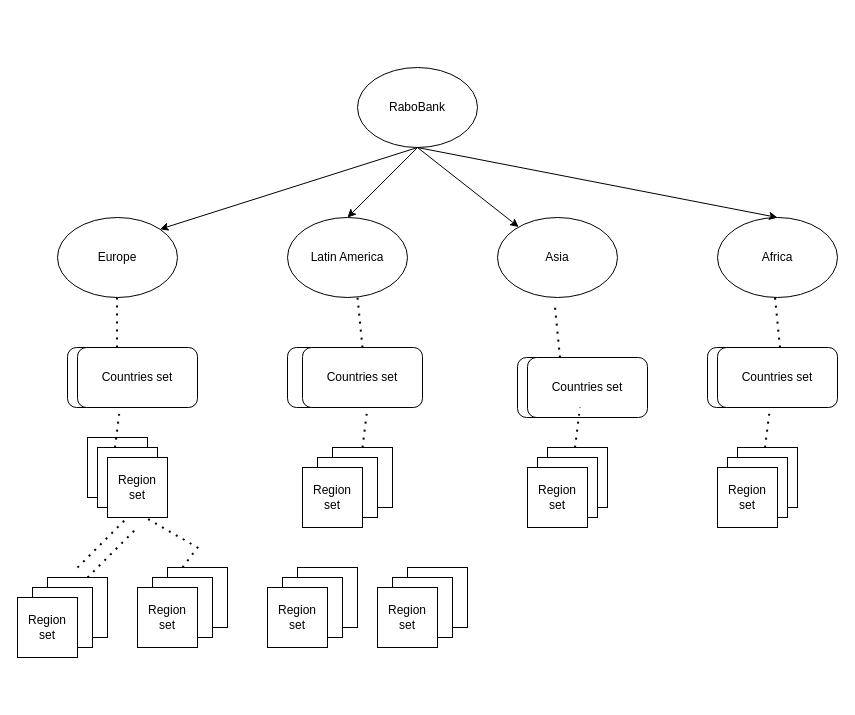
This is customer Diagram.drawio from mathavan-28/ardemo, a draw.io file, before an edit. Source tidied: cells renumbered, new cells numbered last; positions are measured from the earlier drawing's top-left corner, leaving out a move shared by most shapes. Both pictures are drawn from the tidied source at 100%, with x=0, y=0 at pixel (17, 67).
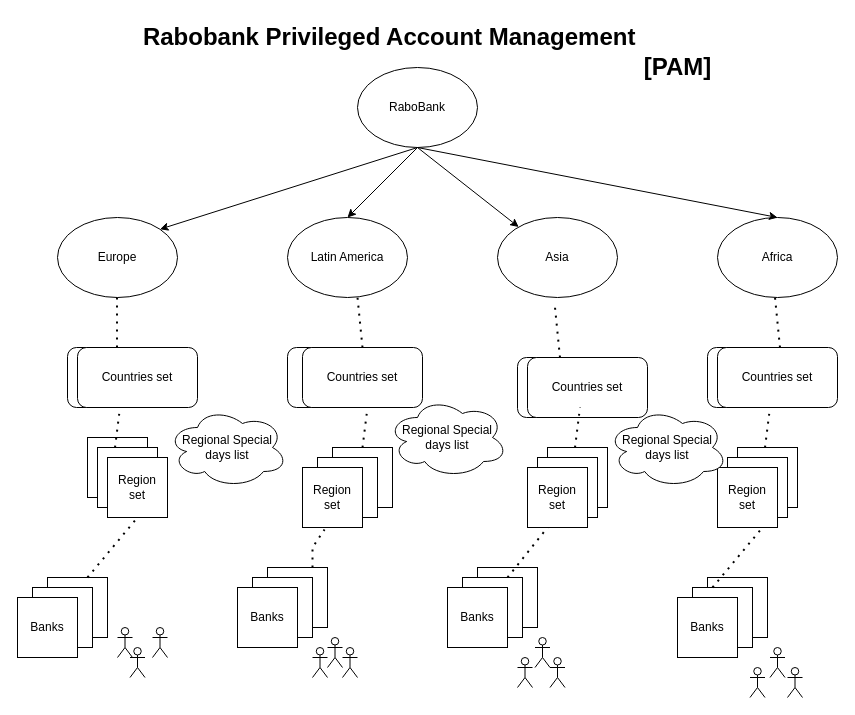
The same page after the edit.

The change refers to these unchanged cells:
```xml
<mxCell id="25" value="Region&lt;br&gt;set" style="whiteSpace=wrap;html=1;" parent="1" vertex="1">
  <mxGeometry x="90" y="390" width="60" height="60" as="geometry" />
</mxCell>
<mxCell id="34" value="&lt;span&gt;Region&lt;/span&gt;&lt;br&gt;&lt;span&gt;set&lt;/span&gt;" style="whiteSpace=wrap;html=1;" parent="1" vertex="1">
  <mxGeometry x="285" y="400" width="60" height="60" as="geometry" />
</mxCell>
```

Change to the diagram source:
```diff
@@
-    <mxCell id="41" value="&lt;span&gt;Region&lt;/span&gt;&lt;br&gt;&lt;span&gt;set&lt;/span&gt;" style="whiteSpace=wrap;html=1;" parent="1" vertex="1">
+    <mxCell id="41" value="Banks" style="whiteSpace=wrap;html=1;" parent="1" vertex="1">
       <mxGeometry y="530" width="60" height="60" as="geometry" />
     </mxCell>
     <mxCell id="42" style="whiteSpace=wrap;html=1;" parent="1" vertex="1">
-      <mxGeometry x="150" y="500" width="60" height="60" as="geometry" />
+      <mxGeometry x="250" y="500" width="60" height="60" as="geometry" />
     </mxCell>
     <mxCell id="43" style="whiteSpace=wrap;html=1;" parent="1" vertex="1">
-      <mxGeometry x="135" y="510" width="60" height="60" as="geometry" />
+      <mxGeometry x="235" y="510" width="60" height="60" as="geometry" />
     </mxCell>
-    <mxCell id="44" value="&lt;span&gt;Region&lt;/span&gt;&lt;br&gt;&lt;span&gt;set&lt;/span&gt;" style="whiteSpace=wrap;html=1;" parent="1" vertex="1">
-      <mxGeometry x="120" y="520" width="60" height="60" as="geometry" />
+    <mxCell id="44" value="Banks" style="whiteSpace=wrap;html=1;" parent="1" vertex="1">
+      <mxGeometry x="220" y="520" width="60" height="60" as="geometry" />
     </mxCell>
     <mxCell id="45" style="whiteSpace=wrap;html=1;" parent="1" vertex="1">
-      <mxGeometry x="280" y="500" width="60" height="60" as="geometry" />
+      <mxGeometry x="460" y="500" width="60" height="60" as="geometry" />
     </mxCell>
     <mxCell id="46" style="whiteSpace=wrap;html=1;" parent="1" vertex="1">
-      <mxGeometry x="265" y="510" width="60" height="60" as="geometry" />
+      <mxGeometry x="445" y="510" width="60" height="60" as="geometry" />
     </mxCell>
-    <mxCell id="47" value="&lt;span&gt;Region&lt;/span&gt;&lt;br&gt;&lt;span&gt;set&lt;/span&gt;" style="whiteSpace=wrap;html=1;" parent="1" vertex="1">
-      <mxGeometry x="250" y="520" width="60" height="60" as="geometry" />
+    <mxCell id="47" value="Banks" style="whiteSpace=wrap;html=1;" parent="1" vertex="1">
+      <mxGeometry x="430" y="520" width="60" height="60" as="geometry" />
     </mxCell>
     <mxCell id="48" style="whiteSpace=wrap;html=1;" parent="1" vertex="1">
-      <mxGeometry x="390" y="500" width="60" height="60" as="geometry" />
+      <mxGeometry x="690" y="510" width="60" height="60" as="geometry" />
     </mxCell>
     <mxCell id="49" style="whiteSpace=wrap;html=1;" parent="1" vertex="1">
-      <mxGeometry x="375" y="510" width="60" height="60" as="geometry" />
+      <mxGeometry x="675" y="520" width="60" height="60" as="geometry" />
     </mxCell>
-    <mxCell id="50" value="&lt;span&gt;Region&lt;/span&gt;&lt;br&gt;&lt;span&gt;set&lt;/span&gt;" style="whiteSpace=wrap;html=1;" parent="1" vertex="1">
-      <mxGeometry x="360" y="520" width="60" height="60" as="geometry" />
+    <mxCell id="50" value="Banks" style="whiteSpace=wrap;html=1;" parent="1" vertex="1">
+      <mxGeometry x="660" y="530" width="60" height="60" as="geometry" />
     </mxCell>
-    <mxCell id="51" style="endArrow=none;dashed=1;html=1;dashPattern=1 3;strokeWidth=2;rounded=0;" parent="1" edge="1">
-      <mxGeometry relative="1" as="geometry">
-        <mxPoint x="60" y="500" as="sourcePoint" />
-        <mxPoint x="110" y="450" as="targetPoint" />
-      </mxGeometry>
-    </mxCell>
-    <mxCell id="52" style="endArrow=none;dashed=1;html=1;dashPattern=1 3;strokeWidth=2;rounded=0;" parent="1" edge="1">
+    <mxCell id="52" style="endArrow=none;dashed=1;html=1;dashPattern=1 3;strokeWidth=2;rounded=0;entryX=0.5;entryY=1;entryDx=0;entryDy=0;" parent="1" edge="1" target="25">
       <mxGeometry relative="1" as="geometry">
         <mxPoint x="70" y="510" as="sourcePoint" />
-        <mxPoint x="120" y="460" as="targetPoint" />
       </mxGeometry>
     </mxCell>
-    <mxCell id="53" style="endArrow=none;dashed=1;html=1;dashPattern=1 3;strokeWidth=2;rounded=0;entryX=0.633;entryY=1;entryDx=0;entryDy=0;entryPerimeter=0;exitX=0.25;exitY=0;exitDx=0;exitDy=0;" parent="1" edge="1" source="42" target="25">
+    <mxCell id="53" style="endArrow=none;dashed=1;html=1;dashPattern=1 3;strokeWidth=2;rounded=0;entryX=0.367;entryY=1.033;entryDx=0;entryDy=0;entryPerimeter=0;exitX=0.75;exitY=0;exitDx=0;exitDy=0;" parent="1" edge="1" source="42" target="34">
       <mxGeometry relative="1" as="geometry">
         <Array as="points">
-          <mxPoint x="180" y="480" />
+          <mxPoint x="295" y="480" />
         </Array>
       </mxGeometry>
     </mxCell>
+    <mxCell id="54" style="endArrow=none;dashed=1;html=1;dashPattern=1 3;strokeWidth=2;rounded=0;entryX=0.5;entryY=1;entryDx=0;entryDy=0;exitX=0.75;exitY=0;exitDx=0;exitDy=0;" parent="1" edge="1" source="46">
+      <mxGeometry relative="1" as="geometry">
+        <mxPoint x="530" y="460" as="targetPoint" />
+      </mxGeometry>
+    </mxCell>
+    <mxCell id="55" style="endArrow=none;dashed=1;html=1;dashPattern=1 3;strokeWidth=2;rounded=0;entryX=0.5;entryY=1;entryDx=0;entryDy=0;" parent="1" edge="1">
+      <mxGeometry relative="1" as="geometry">
+        <mxPoint x="695" y="520" as="sourcePoint" />
+        <mxPoint x="745" y="460" as="targetPoint" />
+      </mxGeometry>
+    </mxCell>
+    <mxCell id="56" value="Regional Special days list" style="ellipse;shape=cloud;whiteSpace=wrap;html=1;" parent="1" vertex="1">
+      <mxGeometry x="150" y="340" width="120" height="80" as="geometry" />
+    </mxCell>
+    <mxCell id="57" value="&lt;span&gt;Regional Special days list&lt;/span&gt;" style="ellipse;shape=cloud;whiteSpace=wrap;html=1;" parent="1" vertex="1">
+      <mxGeometry x="370" y="330" width="120" height="80" as="geometry" />
+    </mxCell>
+    <mxCell id="58" value="&lt;span&gt;Regional Special days list&lt;/span&gt;" style="ellipse;shape=cloud;whiteSpace=wrap;html=1;" parent="1" vertex="1">
+      <mxGeometry x="590" y="340" width="120" height="80" as="geometry" />
+    </mxCell>
+    <mxCell id="59" value="Actor" style="shape=umlActor;verticalLabelPosition=bottom;verticalAlign=top;html=1;fontStyle=0;fontColor=none;noLabel=1;" parent="1" vertex="1">
+      <mxGeometry x="100" y="560" width="15" height="30" as="geometry" />
+    </mxCell>
+    <mxCell id="60" value="Actor" style="shape=umlActor;verticalLabelPosition=bottom;verticalAlign=top;html=1;fontColor=none;noLabel=1;" parent="1" vertex="1">
+      <mxGeometry x="112.5" y="580" width="15" height="30" as="geometry" />
+    </mxCell>
+    <mxCell id="61" value="Actor" style="shape=umlActor;verticalLabelPosition=bottom;verticalAlign=top;html=1;fontColor=none;noLabel=1;" parent="1" vertex="1">
+      <mxGeometry x="752.5" y="580" width="15" height="30" as="geometry" />
+    </mxCell>
+    <mxCell id="62" value="Actor" style="shape=umlActor;verticalLabelPosition=bottom;verticalAlign=top;html=1;fontColor=none;noLabel=1;" parent="1" vertex="1">
+      <mxGeometry x="310" y="570" width="15" height="30" as="geometry" />
+    </mxCell>
+    <mxCell id="63" value="Actor" style="shape=umlActor;verticalLabelPosition=bottom;verticalAlign=top;html=1;fontColor=none;noLabel=1;" parent="1" vertex="1">
+      <mxGeometry x="325" y="580" width="15" height="30" as="geometry" />
+    </mxCell>
+    <mxCell id="64" value="Actor" style="shape=umlActor;verticalLabelPosition=bottom;verticalAlign=top;html=1;fontColor=none;noLabel=1;" parent="1" vertex="1">
+      <mxGeometry x="295" y="580" width="15" height="30" as="geometry" />
+    </mxCell>
+    <mxCell id="65" value="Actor" style="shape=umlActor;verticalLabelPosition=bottom;verticalAlign=top;html=1;fontColor=none;noLabel=1;" parent="1" vertex="1">
+      <mxGeometry x="517.5" y="570" width="15" height="30" as="geometry" />
+    </mxCell>
+    <mxCell id="66" value="Actor" style="shape=umlActor;verticalLabelPosition=bottom;verticalAlign=top;html=1;fontColor=none;noLabel=1;" parent="1" vertex="1">
+      <mxGeometry x="532.5" y="590" width="15" height="30" as="geometry" />
+    </mxCell>
+    <mxCell id="67" value="Actor" style="shape=umlActor;verticalLabelPosition=bottom;verticalAlign=top;html=1;fontColor=none;noLabel=1;" parent="1" vertex="1">
+      <mxGeometry x="135" y="560" width="15" height="30" as="geometry" />
+    </mxCell>
+    <mxCell id="68" value="Actor" style="shape=umlActor;verticalLabelPosition=bottom;verticalAlign=top;html=1;fontColor=none;noLabel=1;" parent="1" vertex="1">
+      <mxGeometry x="500" y="590" width="15" height="30" as="geometry" />
+    </mxCell>
+    <mxCell id="69" value="Actor" style="shape=umlActor;verticalLabelPosition=bottom;verticalAlign=top;html=1;fontColor=none;noLabel=1;" parent="1" vertex="1">
+      <mxGeometry x="732.5" y="600" width="15" height="30" as="geometry" />
+    </mxCell>
+    <mxCell id="70" value="Actor" style="shape=umlActor;verticalLabelPosition=bottom;verticalAlign=top;html=1;fontColor=none;noLabel=1;" parent="1" vertex="1">
+      <mxGeometry x="770" y="600" width="15" height="30" as="geometry" />
+    </mxCell>
+    <mxCell id="71" value="Rabobank Privileged Account Management&amp;nbsp;" style="text;strokeColor=none;fillColor=none;html=1;fontSize=24;fontStyle=1;verticalAlign=middle;align=center;fontColor=none;" parent="1" vertex="1">
+      <mxGeometry x="325" y="-50" width="100" height="40" as="geometry" />
+    </mxCell>
+    <mxCell id="72" value="[PAM]" style="text;strokeColor=none;fillColor=none;html=1;fontSize=24;fontStyle=1;verticalAlign=middle;align=center;fontColor=none;" parent="1" vertex="1">
+      <mxGeometry x="610" y="-20" width="100" height="40" as="geometry" />
+    </mxCell>
```
